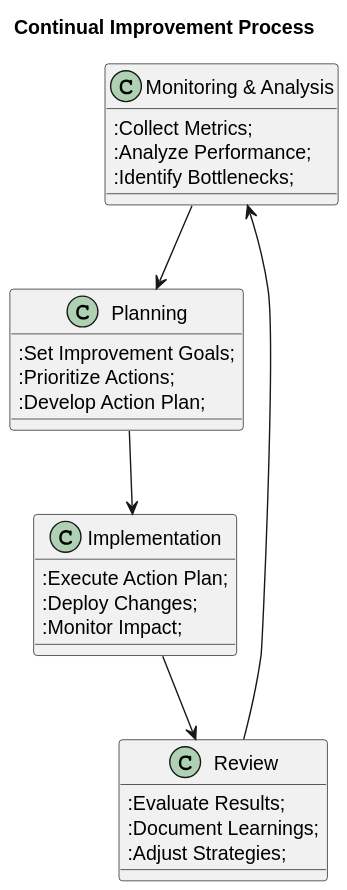
Before: docs/rendered/layers/OPTIMIZATION_LAYER.svg, a diagram exported from PlantUML (tylermaginnis/BECS_SoftwareArchitecture). Source of this version:
```plantuml
@startuml
!define RECTANGLE class

title Continual Improvement Process

RECTANGLE "Monitoring & Analysis" as Monitoring {
  :Collect Metrics;
  :Analyze Performance;
  :Identify Bottlenecks;
}

RECTANGLE "Planning" as Planning {
  :Set Improvement Goals;
  :Prioritize Actions;
  :Develop Action Plan;
}

RECTANGLE "Implementation" as Implementation {
  :Execute Action Plan;
  :Deploy Changes;
  :Monitor Impact;
}

RECTANGLE "Review" as Review {
  :Evaluate Results;
  :Document Learnings;
  :Adjust Strategies;
}

Monitoring -down-> Planning
Planning -down-> Implementation
Implementation -down-> Review
Review -up-> Monitoring
@enduml
```
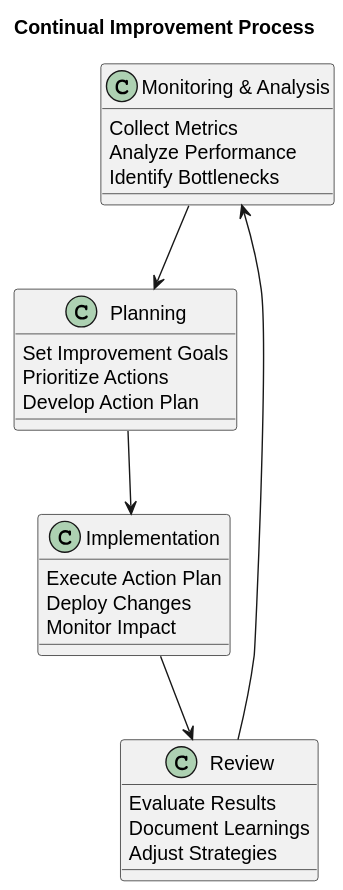
Above is the later version.

What changed in the source:
```diff
@@ -4,27 +4,27 @@
 title Continual Improvement Process
 
 RECTANGLE "Monitoring & Analysis" as Monitoring {
-  :Collect Metrics;
-  :Analyze Performance;
-  :Identify Bottlenecks;
+  Collect Metrics
+  Analyze Performance
+  Identify Bottlenecks
 }
 
 RECTANGLE "Planning" as Planning {
-  :Set Improvement Goals;
-  :Prioritize Actions;
-  :Develop Action Plan;
+  Set Improvement Goals
+  Prioritize Actions
+  Develop Action Plan
 }
 
 RECTANGLE "Implementation" as Implementation {
-  :Execute Action Plan;
-  :Deploy Changes;
-  :Monitor Impact;
+  Execute Action Plan
+  Deploy Changes
+  Monitor Impact
 }
 
 RECTANGLE "Review" as Review {
-  :Evaluate Results;
-  :Document Learnings;
-  :Adjust Strategies;
+  Evaluate Results
+  Document Learnings
+  Adjust Strategies
 }
 
 Monitoring -down-> Planning
```
